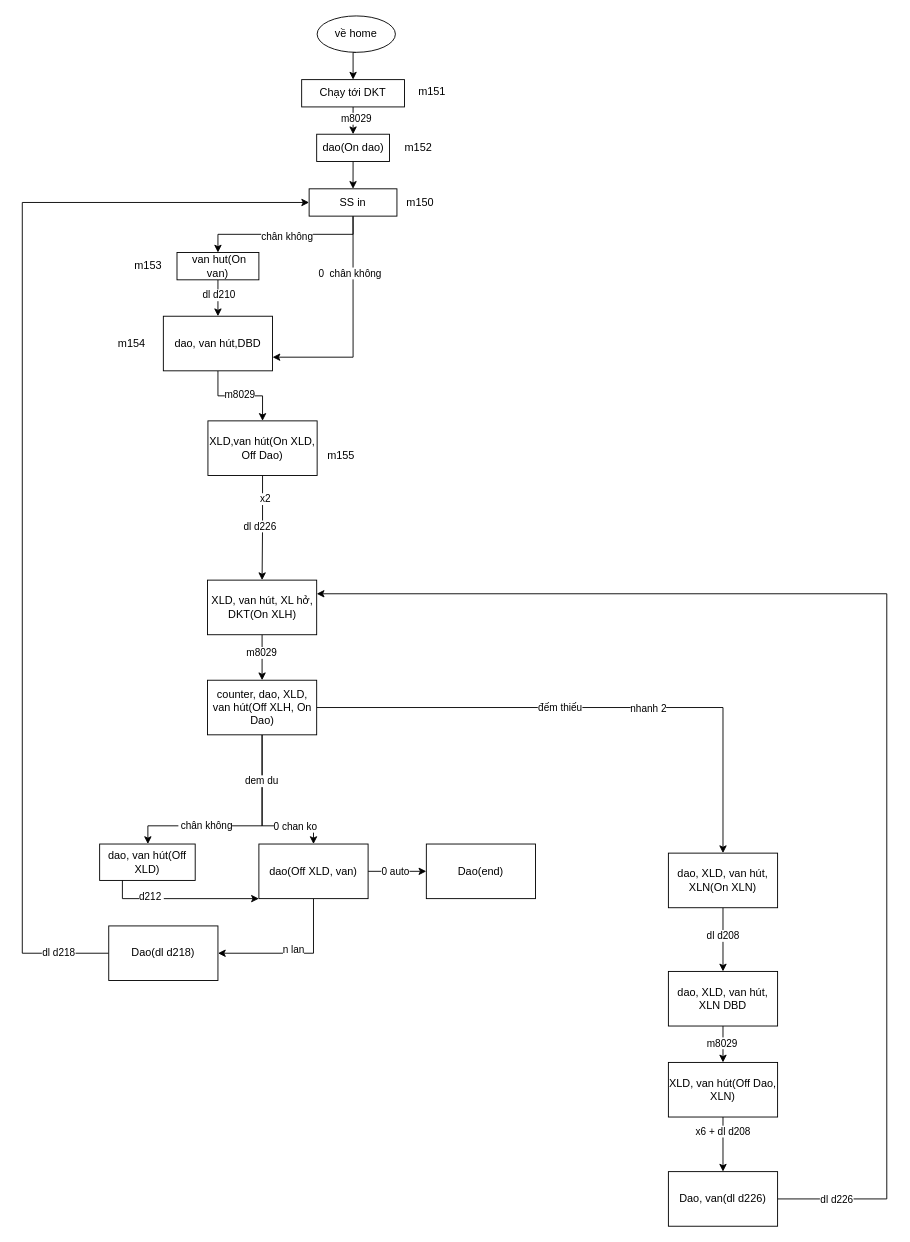
Earlier version of the draw.io diagram trai muc sau.drawio (robowindgit/a0-quyencun). Source tidied: cells renumbered, new cells numbered last; positions are measured from the earlier drawing's top-left corner, leaving out a move shared by most shapes. Both pictures are drawn from the tidied source at 91%, with x=0, y=0 at pixel (22, 15).
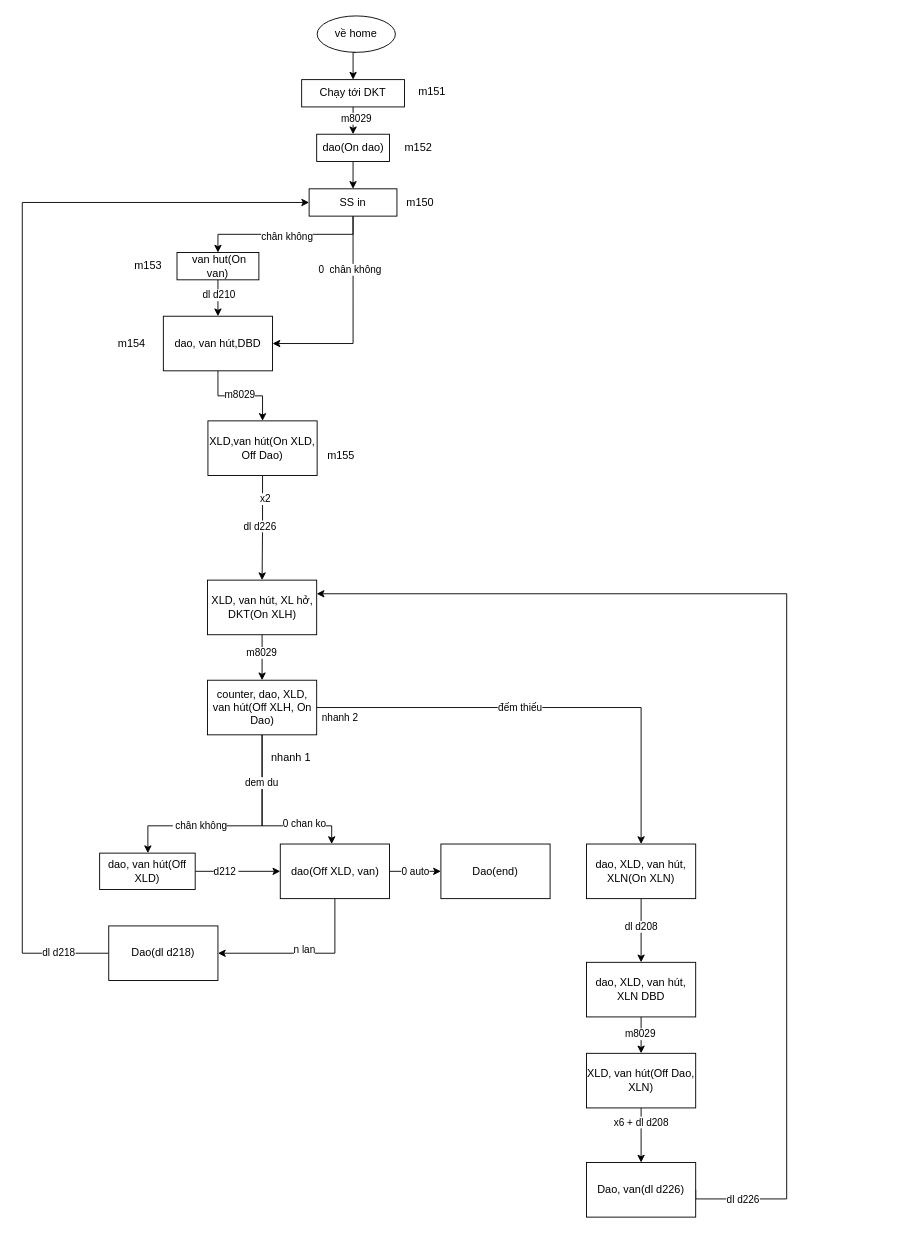
The same page after the edit.

Commit message:
Cập nhật trai muc sau.drawio

The change refers to these unchanged cells:
```xml
<mxCell id="13" value="SS in" style="whiteSpace=wrap;html=1;" parent="1" vertex="1">
  <mxGeometry x="315.2" y="190" width="96.5" height="30" as="geometry" />
</mxCell>
<mxCell id="19" value="dao, van hút,DBD" style="whiteSpace=wrap;html=1;" parent="1" vertex="1">
  <mxGeometry x="155" y="330" width="120" height="60" as="geometry" />
</mxCell>
<mxCell id="26" value="XLD, van hút, XL hở, DKT(On XLH)" style="whiteSpace=wrap;html=1;" parent="1" vertex="1">
  <mxGeometry x="203.5" y="620" width="120" height="60" as="geometry" />
</mxCell>
<mxCell id="32" style="edgeStyle=orthogonalEdgeStyle;rounded=0;jettySize=auto;html=1;exitX=1;exitY=0.5;exitDx=0;exitDy=0;entryX=0.5;entryY=0;entryDx=0;entryDy=0;" parent="1" edge="1" source="35" target="48">
  <mxGeometry relative="1" as="geometry" />
</mxCell>
<mxCell id="35" value="counter, dao, XLD, van hút(Off XLH, On Dao)" style="whiteSpace=wrap;html=1;" parent="1" vertex="1">
  <mxGeometry x="203.5" y="730" width="120" height="60" as="geometry" />
</mxCell>
```

What changed in the source:
```diff
@@
-    <mxCell id="11" style="edgeStyle=orthogonalEdgeStyle;rounded=0;jettySize=auto;html=1;exitX=0.5;exitY=1;exitDx=0;exitDy=0;entryX=1;entryY=0.75;entryDx=0;entryDy=0;" parent="1" edge="1" source="13" target="19">
-      <mxGeometry relative="1" as="geometry" />
+    <mxCell id="11" style="edgeStyle=orthogonalEdgeStyle;rounded=0;jettySize=auto;html=1;exitX=0.5;exitY=1;exitDx=0;exitDy=0;" parent="1" edge="1" source="13" target="19">
+      <mxGeometry relative="1" as="geometry">
+        <Array as="points">
+          <mxPoint x="363" y="360" />
+        </Array>
+      </mxGeometry>
     </mxCell>
@@
-    <mxCell id="29" style="edgeStyle=orthogonalEdgeStyle;rounded=0;jettySize=auto;html=1;exitX=0.5;exitY=1;exitDx=0;exitDy=0;entryX=0.5;entryY=0;entryDx=0;entryDy=0;" parent="1" edge="1" source="35" target="45">
+    <mxCell id="29" style="edgeStyle=orthogonalEdgeStyle;rounded=0;jettySize=auto;html=1;exitX=0.5;exitY=1;exitDx=0;exitDy=0;" parent="1" edge="1" source="35" target="45">
       <mxGeometry relative="1" as="geometry">
         <Array as="points">
           <mxPoint x="264" y="890" />
-          <mxPoint x="320" y="890" />
+          <mxPoint x="340" y="890" />
         </Array>
       </mxGeometry>
     </mxCell>
     <mxCell id="30" value="0 chan ko" style="edgeLabel;html=1;align=center;verticalAlign=middle;" parent="29" vertex="1">
       <mxGeometry x="-0.12" y="-2" relative="1" as="geometry">
-        <mxPoint x="38" y="22" as="offset" />
+        <mxPoint x="48" y="11" as="offset" />
       </mxGeometry>
     </mxCell>
@@
     <mxCell id="34" value="nhanh 2" style="edgeLabel;html=1;align=center;verticalAlign=middle;" parent="32" vertex="1">
-      <mxGeometry x="0.2" relative="1" as="geometry" />
+      <mxGeometry x="0.2" relative="1" as="geometry">
+        <mxPoint x="-279" y="10" as="offset" />
+      </mxGeometry>
     </mxCell>
@@
-    <mxCell id="36" style="edgeStyle=orthogonalEdgeStyle;rounded=0;jettySize=auto;html=1;exitX=0.5;exitY=1;exitDx=0;exitDy=0;entryX=0;entryY=1;entryDx=0;entryDy=0;" parent="1" edge="1" target="45">
+    <mxCell id="36" style="edgeStyle=orthogonalEdgeStyle;rounded=0;jettySize=auto;html=1;exitX=1;exitY=0.5;exitDx=0;exitDy=0;entryX=0;entryY=0.5;entryDx=0;entryDy=0;" parent="1" edge="1" source="38" target="45">
       <mxGeometry relative="1" as="geometry">
-        <mxPoint x="110" y="935" as="sourcePoint" />
         <Array as="points">
-          <mxPoint x="110" y="970" />
+          <mxPoint x="210" y="940" />
+          <mxPoint x="210" y="940" />
         </Array>
       </mxGeometry>
     </mxCell>
     <mxCell id="37" value="d212&amp;nbsp;" style="edgeLabel;html=1;align=center;verticalAlign=middle;" parent="36" vertex="1">
-      <mxGeometry x="-0.29" y="3" relative="1" as="geometry" />
+      <mxGeometry x="-0.29" y="3" relative="1" as="geometry">
+        <mxPoint y="3" as="offset" />
+      </mxGeometry>
     </mxCell>
     <mxCell id="38" value="dao, van hút(Off XLD)" style="whiteSpace=wrap;html=1;" parent="1" vertex="1">
-      <mxGeometry x="85" y="910" width="105" height="40" as="geometry" />
+      <mxGeometry x="85" y="920" width="105" height="40" as="geometry" />
     </mxCell>
@@
     <mxCell id="45" value="dao(Off XLD, van)" style="whiteSpace=wrap;html=1;" parent="1" vertex="1">
-      <mxGeometry x="260" y="910" width="120" height="60" as="geometry" />
+      <mxGeometry x="283.5" y="910" width="120" height="60" as="geometry" />
     </mxCell>
@@
     <mxCell id="48" value="dao, XLD, van hút, XLN(On XLN)" style="whiteSpace=wrap;html=1;" parent="1" vertex="1">
-      <mxGeometry x="710" y="920" width="120" height="60" as="geometry" />
+      <mxGeometry x="620" y="910" width="120" height="60" as="geometry" />
     </mxCell>
@@
     <mxCell id="51" value="dao, XLD, van hút, XLN DBD" style="whiteSpace=wrap;html=1;" parent="1" vertex="1">
-      <mxGeometry x="710" y="1050" width="120" height="60" as="geometry" />
+      <mxGeometry x="620" y="1040" width="120" height="60" as="geometry" />
     </mxCell>
@@
     <mxCell id="54" value="XLD, van hút(Off Dao, XLN)" style="whiteSpace=wrap;html=1;" parent="1" vertex="1">
-      <mxGeometry x="710" y="1150" width="120" height="60" as="geometry" />
+      <mxGeometry x="620" y="1140" width="120" height="60" as="geometry" />
     </mxCell>
     <mxCell id="55" style="edgeStyle=orthogonalEdgeStyle;rounded=0;jettySize=auto;html=1;exitX=1;exitY=0.5;exitDx=0;exitDy=0;entryX=1;entryY=0.25;entryDx=0;entryDy=0;" parent="1" edge="1" source="57" target="26">
       <mxGeometry relative="1" as="geometry">
         <Array as="points">
-          <mxPoint x="950" y="1300" />
-          <mxPoint x="950" y="635" />
+          <mxPoint x="740" y="1300" />
+          <mxPoint x="840" y="1300" />
+          <mxPoint x="840" y="635" />
         </Array>
       </mxGeometry>
     </mxCell>
@@
     <mxCell id="57" value="Dao, van(dl d226)" style="whiteSpace=wrap;html=1;" parent="1" vertex="1">
-      <mxGeometry x="710" y="1270" width="120" height="60" as="geometry" />
+      <mxGeometry x="620" y="1260" width="120" height="60" as="geometry" />
     </mxCell>
@@
     <mxCell id="59" value="Dao(end)" style="whiteSpace=wrap;html=1;" parent="1" vertex="1">
-      <mxGeometry x="444" y="910" width="120" height="60" as="geometry" />
+      <mxGeometry x="460" y="910" width="120" height="60" as="geometry" />
     </mxCell>
@@
+    <mxCell id="66" value="nhanh 1" style="text;html=1;align=center;verticalAlign=middle;strokeColor=none;fillColor=none;" parent="1" vertex="1">
+      <mxGeometry x="260" y="800" width="70" height="30" as="geometry" />
+    </mxCell>
```
